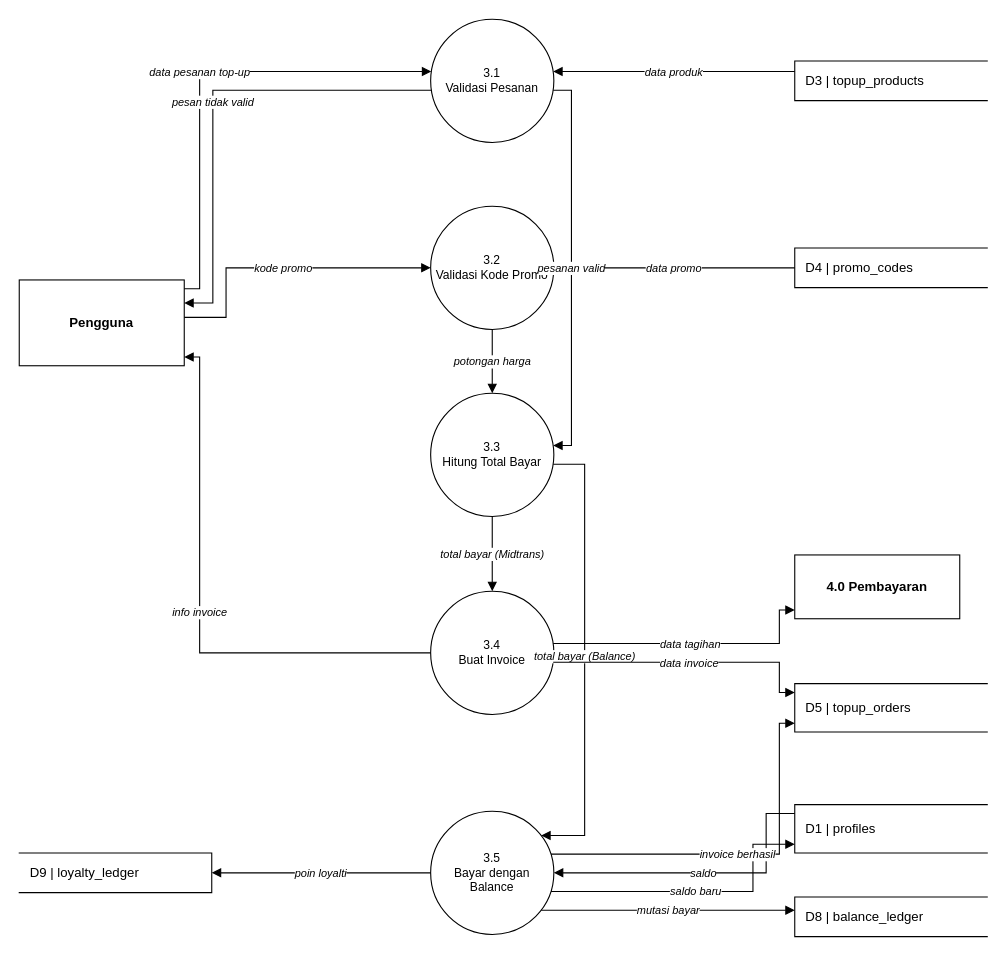
Earlier version of the draw.io diagram page "FDFDLevel1(ProsesTransaksiTopUp)" (3 of 5) of docs/skpl/dfd/DFD valostock.drawio (balaqiang/valostock). Source tidied: cells renumbered, new cells numbered last; positions are measured from the earlier drawing's top-left corner, leaving out a move shared by most shapes. Both pictures are drawn from the tidied source at 110%, with x=0, y=0 at pixel (19, 19).
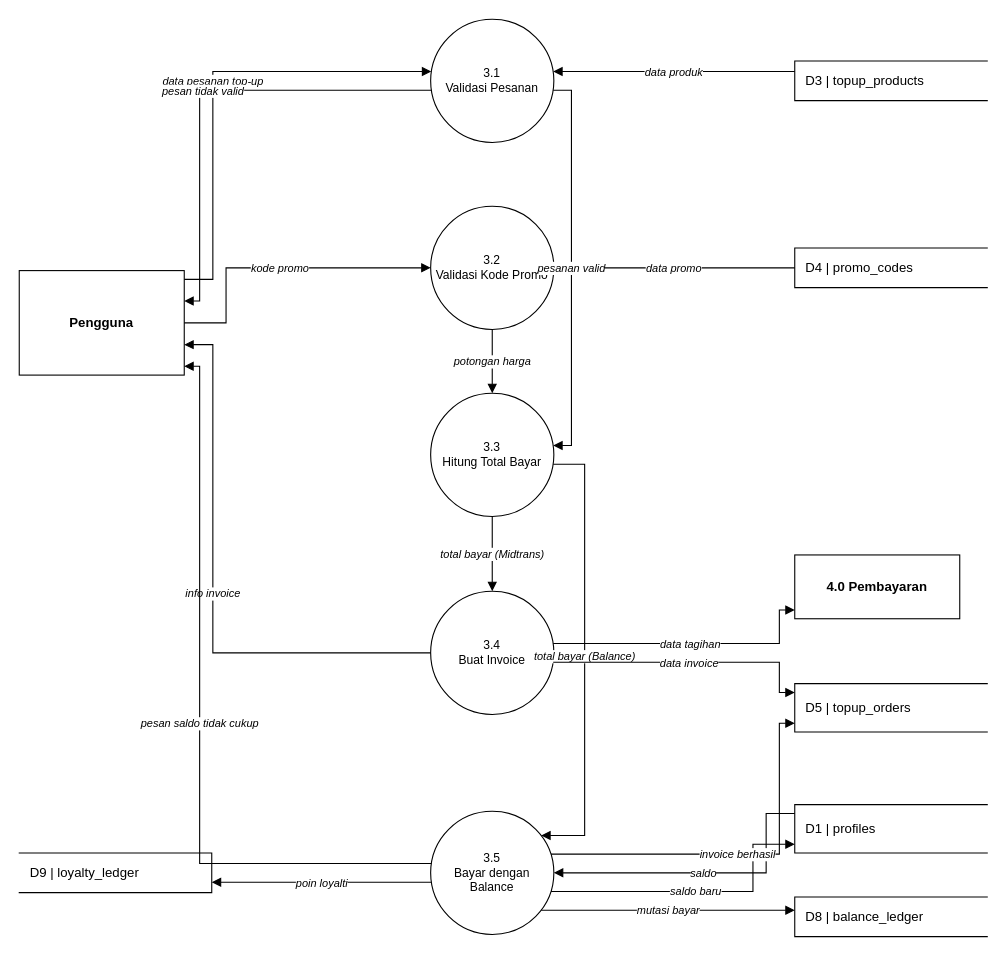
After the change.

Diff of the diagram source:
```diff
@@
     <mxCell id="2" value="Pengguna" style="rounded=0;whiteSpace=wrap;html=1;fontStyle=1;" parent="1" vertex="1">
-      <mxGeometry y="237" width="150" height="78" as="geometry" />
+      <mxGeometry y="228.5" width="150" height="95" as="geometry" />
     </mxCell>
@@
     <mxCell id="15" value="data pesanan top-up" style="edgeStyle=none;endArrow=block;endFill=1;html=1;rounded=0;fontSize=10;fontStyle=2;labelBackgroundColor=#ffffff;" parent="1" edge="1">
       <mxGeometry relative="1" as="geometry">
-        <mxPoint x="150" y="245" as="sourcePoint" />
+        <mxPoint x="150" y="236.5" as="sourcePoint" />
         <mxPoint x="374.6" y="47.5" as="targetPoint" />
         <Array as="points">
-          <mxPoint x="164" y="245" />
-          <mxPoint x="164" y="47.5" />
+          <mxPoint x="176" y="236.5" />
+          <mxPoint x="176" y="47.5" />
         </Array>
       </mxGeometry>
     </mxCell>
@@
     <mxCell id="17" value="pesan tidak valid" style="edgeStyle=none;endArrow=block;endFill=1;html=1;rounded=0;fontSize=10;fontStyle=2;labelBackgroundColor=#ffffff;" parent="1" edge="1">
       <mxGeometry relative="1" as="geometry">
         <mxPoint x="374.6" y="64.5" as="sourcePoint" />
-        <mxPoint x="150" y="258" as="targetPoint" />
+        <mxPoint x="150" y="256.2" as="targetPoint" />
         <Array as="points">
-          <mxPoint x="176" y="64.5" />
-          <mxPoint x="176" y="258" />
+          <mxPoint x="164" y="64.5" />
+          <mxPoint x="164" y="256.2" />
         </Array>
       </mxGeometry>
     </mxCell>
     <mxCell id="18" value="kode promo" style="edgeStyle=none;endArrow=block;endFill=1;html=1;rounded=0;fontSize=10;fontStyle=2;labelBackgroundColor=#ffffff;" parent="1" edge="1">
       <mxGeometry relative="1" as="geometry">
-        <mxPoint x="150" y="271" as="sourcePoint" />
+        <mxPoint x="150" y="276" as="sourcePoint" />
         <mxPoint x="374" y="226" as="targetPoint" />
         <Array as="points">
-          <mxPoint x="188" y="271" />
+          <mxPoint x="188" y="276" />
           <mxPoint x="188" y="226" />
         </Array>
       </mxGeometry>
     </mxCell>
@@
     <mxCell id="26" value="info invoice" style="edgeStyle=none;endArrow=block;endFill=1;html=1;rounded=0;fontSize=10;fontStyle=2;labelBackgroundColor=#ffffff;" parent="1" edge="1">
       <mxGeometry relative="1" as="geometry">
         <mxPoint x="374" y="576" as="sourcePoint" />
-        <mxPoint x="150" y="307" as="targetPoint" />
+        <mxPoint x="150" y="295.8" as="targetPoint" />
         <Array as="points">
-          <mxPoint x="164" y="576" />
-          <mxPoint x="164" y="307" />
+          <mxPoint x="176" y="576" />
+          <mxPoint x="176" y="295.8" />
         </Array>
       </mxGeometry>
     </mxCell>
@@
     <mxCell id="31" value="poin loyalti" style="edgeStyle=none;endArrow=block;endFill=1;html=1;rounded=0;fontSize=10;fontStyle=2;labelBackgroundColor=#ffffff;" parent="1" edge="1">
       <mxGeometry relative="1" as="geometry">
-        <mxPoint x="374" y="776" as="sourcePoint" />
-        <mxPoint x="175" y="776" as="targetPoint" />
+        <mxPoint x="374.6" y="784.5" as="sourcePoint" />
+        <mxPoint x="175" y="784.5" as="targetPoint" />
       </mxGeometry>
     </mxCell>
+    <mxCell id="32" value="pesan saldo tidak cukup" style="edgeStyle=none;endArrow=block;endFill=1;html=1;rounded=0;fontSize=10;fontStyle=2;labelBackgroundColor=#ffffff;" parent="1" edge="1">
+      <mxGeometry relative="1" as="geometry">
+        <mxPoint x="374.6" y="767.5" as="sourcePoint" />
+        <mxPoint x="150" y="315.5" as="targetPoint" />
+        <Array as="points">
+          <mxPoint x="164" y="767.5" />
+          <mxPoint x="164" y="315.5" />
+        </Array>
+      </mxGeometry>
+    </mxCell>
```
